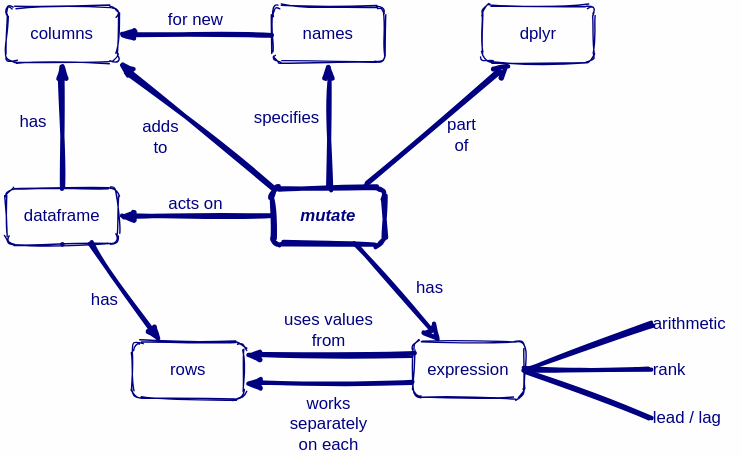
The draw.io diagram en/mutate.svg in rstudio/concept-maps, before a commit. Source tidied: cells renumbered, new cells last; positions are measured from the earlier drawing's top-left corner, leaving out a move shared by most shapes.
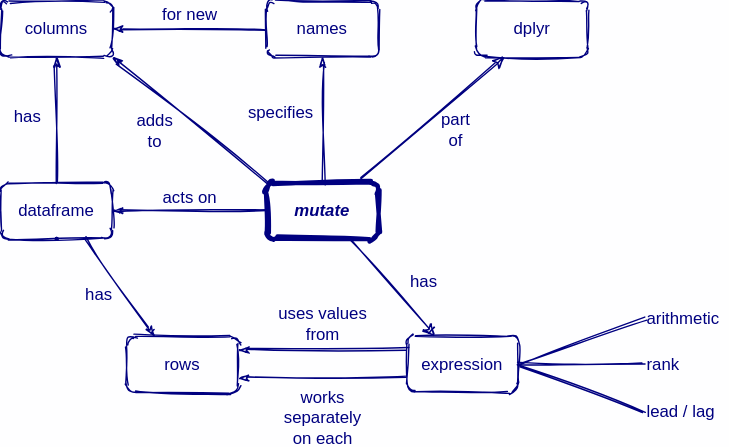
After the commit.

What changed in the source:
```diff
@@ -2,16 +2,16 @@
   <root>
     <mxCell id="0" />
     <mxCell id="1" parent="0" />
-    <mxCell id="2" value="acts on" style="edgeStyle=none;rounded=1;html=1;labelBackgroundColor=none;startArrow=none;startFill=0;startSize=5;endArrow=classicThin;endFill=1;endSize=5;jettySize=auto;strokeWidth=3;fontFamily=Helvetica;fontSize=12;exitX=0;exitY=0.5;exitDx=0;exitDy=0;entryX=1;entryY=0.5;entryDx=0;entryDy=0;verticalAlign=bottom;sketch=1;strokeColor=#000080;fontColor=#000080;" parent="1" edge="1" source="24" target="6">
+    <mxCell id="2" value="acts on" style="edgeStyle=none;rounded=1;html=1;labelBackgroundColor=none;startArrow=none;startFill=0;startSize=5;endArrow=classicThin;endFill=1;endSize=5;jettySize=auto;strokeWidth=1;fontFamily=Helvetica;fontSize=12;exitX=0;exitY=0.5;exitDx=0;exitDy=0;entryX=1;entryY=0.5;entryDx=0;entryDy=0;verticalAlign=bottom;sketch=1;strokeColor=#000080;fontColor=#000080;" parent="1" edge="1" source="24" target="6">
       <mxGeometry relative="1" as="geometry" />
     </mxCell>
-    <mxCell id="3" value="has" style="edgeStyle=none;rounded=1;html=1;labelBackgroundColor=none;startArrow=none;startFill=0;startSize=5;endArrow=classicThin;endFill=1;endSize=5;jettySize=auto;strokeWidth=3;fontFamily=Helvetica;fontSize=12;exitX=0.75;exitY=1;exitDx=0;exitDy=0;entryX=0.25;entryY=0;entryDx=0;entryDy=0;verticalAlign=middle;sketch=1;strokeColor=#000080;fontColor=#000080;" parent="1" edge="1" source="6" target="8">
+    <mxCell id="3" value="has" style="edgeStyle=none;rounded=1;html=1;labelBackgroundColor=none;startArrow=none;startFill=0;startSize=5;endArrow=classicThin;endFill=1;endSize=5;jettySize=auto;strokeWidth=1;fontFamily=Helvetica;fontSize=12;exitX=0.75;exitY=1;exitDx=0;exitDy=0;entryX=0.25;entryY=0;entryDx=0;entryDy=0;verticalAlign=middle;sketch=1;strokeColor=#000080;fontColor=#000080;" parent="1" edge="1" source="6" target="8">
       <mxGeometry x="-0.11" y="-15" relative="1" as="geometry" />
     </mxCell>
-    <mxCell id="4" value="uses values&lt;br&gt;from" style="edgeStyle=none;rounded=1;html=1;labelBackgroundColor=none;startArrow=none;startFill=0;startSize=5;endArrow=classicThin;endFill=1;endSize=5;jettySize=auto;strokeWidth=3;fontFamily=Helvetica;fontSize=12;exitX=0;exitY=0.25;exitDx=0;exitDy=0;entryX=1;entryY=0.25;entryDx=0;entryDy=0;verticalAlign=middle;sketch=1;strokeColor=#000080;fontColor=#000080;" parent="1" edge="1" source="19" target="8">
+    <mxCell id="4" value="uses values&lt;br&gt;from" style="edgeStyle=none;rounded=1;html=1;labelBackgroundColor=none;startArrow=none;startFill=0;startSize=5;endArrow=classicThin;endFill=1;endSize=5;jettySize=auto;strokeWidth=1;fontFamily=Helvetica;fontSize=12;exitX=0;exitY=0.25;exitDx=0;exitDy=0;entryX=1;entryY=0.25;entryDx=0;entryDy=0;verticalAlign=middle;sketch=1;strokeColor=#000080;fontColor=#000080;" parent="1" edge="1" source="19" target="8">
       <mxGeometry y="-19" relative="1" as="geometry" />
     </mxCell>
-    <mxCell id="5" value="has" style="edgeStyle=none;rounded=1;html=1;labelBackgroundColor=none;startArrow=none;startFill=0;startSize=5;endArrow=classicThin;endFill=1;endSize=5;jettySize=auto;strokeWidth=3;fontFamily=Helvetica;fontSize=12;exitX=0.5;exitY=0;exitDx=0;exitDy=0;entryX=0.5;entryY=1;entryDx=0;entryDy=0;verticalAlign=middle;sketch=1;strokeColor=#000080;fontColor=#000080;" parent="1" edge="1" source="6" target="9">
+    <mxCell id="5" value="has" style="edgeStyle=none;rounded=1;html=1;labelBackgroundColor=none;startArrow=none;startFill=0;startSize=5;endArrow=classicThin;endFill=1;endSize=5;jettySize=auto;strokeWidth=1;fontFamily=Helvetica;fontSize=12;exitX=0.5;exitY=0;exitDx=0;exitDy=0;entryX=0.5;entryY=1;entryDx=0;entryDy=0;verticalAlign=middle;sketch=1;strokeColor=#000080;fontColor=#000080;" parent="1" edge="1" source="6" target="9">
       <mxGeometry x="0.05" y="21" relative="1" as="geometry" />
     </mxCell>
     <mxCell id="6" value="dataframe" style="rounded=1;whiteSpace=wrap;html=1;fontSize=12;fontFamily=Helvetica;fillColor=none;sketch=1;labelBackgroundColor=none;strokeColor=#000080;fontColor=#000080;" parent="1" vertex="1">
@@ -26,7 +26,7 @@
     <mxCell id="9" value="columns" style="rounded=1;whiteSpace=wrap;html=1;fontSize=12;fontFamily=Helvetica;fillColor=none;sketch=1;labelBackgroundColor=none;strokeColor=#000080;fontColor=#000080;" parent="1" vertex="1">
       <mxGeometry width="80" height="40" as="geometry" />
     </mxCell>
-    <mxCell id="10" value="has" style="endArrow=classic;html=1;strokeWidth=3;entryX=0.25;entryY=0;entryDx=0;entryDy=0;exitX=0.75;exitY=1;exitDx=0;exitDy=0;verticalAlign=middle;fontSize=12;labelBackgroundColor=none;fontFamily=Helvetica;align=left;sketch=1;strokeColor=#000080;fontColor=#000080;" parent="1" edge="1" source="24" target="19">
+    <mxCell id="10" value="has" style="endArrow=classic;html=1;strokeWidth=1;entryX=0.25;entryY=0;entryDx=0;entryDy=0;exitX=0.75;exitY=1;exitDx=0;exitDy=0;verticalAlign=middle;fontSize=12;labelBackgroundColor=none;fontFamily=Helvetica;align=left;sketch=1;strokeColor=#000080;fontColor=#000080;" parent="1" edge="1" source="24" target="19">
       <mxGeometry x="0.08" y="10" relative="1" as="geometry">
         <mxPoint x="1" as="offset" />
       </mxGeometry>
@@ -34,7 +34,7 @@
     <mxCell id="11" value="dplyr" style="rounded=1;whiteSpace=wrap;html=1;fontSize=12;fontFamily=Helvetica;fillColor=none;sketch=1;labelBackgroundColor=none;strokeColor=#000080;fontColor=#000080;" parent="1" vertex="1">
       <mxGeometry x="340" width="80" height="40" as="geometry" />
     </mxCell>
-    <mxCell id="12" value="part&lt;br style=&quot;font-size: 12px;&quot;&gt;of" style="endArrow=classic;html=1;strokeWidth=3;entryX=0.25;entryY=1;entryDx=0;entryDy=0;exitX=0.838;exitY=-0.05;exitDx=0;exitDy=0;verticalAlign=middle;fontSize=12;labelBackgroundColor=none;exitPerimeter=0;fontFamily=Helvetica;sketch=1;strokeColor=#000080;fontColor=#000080;" parent="1" edge="1" source="24" target="11">
+    <mxCell id="12" value="part&lt;br style=&quot;font-size: 12px;&quot;&gt;of" style="endArrow=classic;html=1;strokeWidth=1;entryX=0.25;entryY=1;entryDx=0;entryDy=0;exitX=0.838;exitY=-0.05;exitDx=0;exitDy=0;verticalAlign=middle;fontSize=12;labelBackgroundColor=none;exitPerimeter=0;fontFamily=Helvetica;sketch=1;strokeColor=#000080;fontColor=#000080;" parent="1" edge="1" source="24" target="11">
       <mxGeometry x="0.1" y="-17" relative="1" as="geometry" />
     </mxCell>
     <mxCell id="13" value="arithmetic" style="text;html=1;fillColor=none;align=left;verticalAlign=middle;whiteSpace=wrap;rounded=0;fontSize=12;fontFamily=Helvetica;sketch=1;labelBackgroundColor=none;fontColor=#000080;" parent="1" vertex="1">
@@ -46,34 +46,34 @@
     <mxCell id="15" value="lead / lag" style="text;html=1;fillColor=none;align=left;verticalAlign=middle;whiteSpace=wrap;rounded=0;fontSize=12;fontFamily=Helvetica;sketch=1;labelBackgroundColor=none;fontColor=#000080;" parent="1" vertex="1">
       <mxGeometry x="460" y="283.5" width="60" height="20" as="geometry" />
     </mxCell>
-    <mxCell id="16" style="endArrow=none;html=1;labelBackgroundColor=none;strokeWidth=3;fontSize=12;exitX=1;exitY=0.5;exitDx=0;exitDy=0;entryX=0;entryY=0.5;entryDx=0;entryDy=0;fontFamily=Helvetica;sketch=1;strokeColor=#000080;fontColor=#000080;" parent="1" edge="1" source="19" target="13">
+    <mxCell id="16" style="endArrow=none;html=1;labelBackgroundColor=none;strokeWidth=1;fontSize=12;exitX=1;exitY=0.5;exitDx=0;exitDy=0;entryX=0;entryY=0.5;entryDx=0;entryDy=0;fontFamily=Helvetica;sketch=1;strokeColor=#000080;fontColor=#000080;" parent="1" edge="1" source="19" target="13">
       <mxGeometry relative="1" as="geometry" />
     </mxCell>
-    <mxCell id="17" style="endArrow=none;html=1;labelBackgroundColor=none;strokeWidth=3;fontSize=12;entryX=0;entryY=0.5;entryDx=0;entryDy=0;exitX=1;exitY=0.5;exitDx=0;exitDy=0;fontFamily=Helvetica;sketch=1;strokeColor=#000080;fontColor=#000080;" parent="1" edge="1" source="19" target="14">
+    <mxCell id="17" style="endArrow=none;html=1;labelBackgroundColor=none;strokeWidth=1;fontSize=12;entryX=0;entryY=0.5;entryDx=0;entryDy=0;exitX=1;exitY=0.5;exitDx=0;exitDy=0;fontFamily=Helvetica;sketch=1;strokeColor=#000080;fontColor=#000080;" parent="1" edge="1" source="19" target="14">
       <mxGeometry relative="1" as="geometry" />
     </mxCell>
-    <mxCell id="18" style="endArrow=none;html=1;labelBackgroundColor=none;strokeWidth=3;fontSize=12;entryX=0;entryY=0.5;entryDx=0;entryDy=0;fontFamily=Helvetica;exitX=1;exitY=0.5;exitDx=0;exitDy=0;sketch=1;strokeColor=#000080;fontColor=#000080;" parent="1" edge="1" source="19" target="15">
+    <mxCell id="18" style="endArrow=none;html=1;labelBackgroundColor=none;strokeWidth=1;fontSize=12;entryX=0;entryY=0.5;entryDx=0;entryDy=0;fontFamily=Helvetica;exitX=1;exitY=0.5;exitDx=0;exitDy=0;sketch=1;strokeColor=#000080;fontColor=#000080;" parent="1" edge="1" source="19" target="15">
       <mxGeometry relative="1" as="geometry" />
     </mxCell>
     <mxCell id="19" value="expression" style="rounded=1;whiteSpace=wrap;html=1;fontSize=12;fontFamily=Helvetica;fillColor=none;sketch=1;labelBackgroundColor=none;strokeColor=#000080;fontColor=#000080;" parent="1" vertex="1">
       <mxGeometry x="290" y="239.5" width="80" height="40" as="geometry" />
     </mxCell>
-    <mxCell id="20" value="works&lt;br&gt;separately&lt;br&gt;on each" style="edgeStyle=none;rounded=1;html=1;labelBackgroundColor=none;startArrow=none;startFill=0;startSize=5;endArrow=classicThin;endFill=1;endSize=5;jettySize=auto;strokeWidth=3;fontFamily=Helvetica;fontSize=12;exitX=0;exitY=0.75;exitDx=0;exitDy=0;entryX=1;entryY=0.75;entryDx=0;entryDy=0;verticalAlign=top;sketch=1;strokeColor=#000080;fontColor=#000080;" parent="1" edge="1" source="19" target="8">
+    <mxCell id="20" value="works&lt;br&gt;separately&lt;br&gt;on each" style="edgeStyle=none;rounded=1;html=1;labelBackgroundColor=none;startArrow=none;startFill=0;startSize=5;endArrow=classicThin;endFill=1;endSize=5;jettySize=auto;strokeWidth=1;fontFamily=Helvetica;fontSize=12;exitX=0;exitY=0.75;exitDx=0;exitDy=0;entryX=1;entryY=0.75;entryDx=0;entryDy=0;verticalAlign=top;sketch=1;strokeColor=#000080;fontColor=#000080;" parent="1" edge="1" source="19" target="8">
       <mxGeometry relative="1" as="geometry" />
     </mxCell>
     <mxCell id="21" value="names" style="rounded=1;whiteSpace=wrap;html=1;fontSize=12;fontFamily=Helvetica;fillColor=none;sketch=1;labelBackgroundColor=none;strokeColor=#000080;fontColor=#000080;" parent="1" vertex="1">
       <mxGeometry x="190" width="80" height="40" as="geometry" />
     </mxCell>
-    <mxCell id="22" value="specifies" style="edgeStyle=none;rounded=1;html=1;labelBackgroundColor=none;startArrow=none;startFill=0;startSize=5;endArrow=classicThin;endFill=1;endSize=5;jettySize=auto;strokeWidth=3;fontFamily=Helvetica;fontSize=12;exitX=0.5;exitY=0;exitDx=0;exitDy=0;entryX=0.5;entryY=1;entryDx=0;entryDy=0;verticalAlign=middle;sketch=1;strokeColor=#000080;fontColor=#000080;" parent="1" edge="1" source="24" target="21">
+    <mxCell id="22" value="specifies" style="edgeStyle=none;rounded=1;html=1;labelBackgroundColor=none;startArrow=none;startFill=0;startSize=5;endArrow=classicThin;endFill=1;endSize=5;jettySize=auto;strokeWidth=1;fontFamily=Helvetica;fontSize=12;exitX=0.5;exitY=0;exitDx=0;exitDy=0;entryX=0.5;entryY=1;entryDx=0;entryDy=0;verticalAlign=middle;sketch=1;strokeColor=#000080;fontColor=#000080;" parent="1" edge="1" source="24" target="21">
       <mxGeometry x="0.11" y="30" relative="1" as="geometry" />
     </mxCell>
-    <mxCell id="23" value="for new" style="edgeStyle=none;rounded=1;html=1;labelBackgroundColor=none;startArrow=none;startFill=0;startSize=5;endArrow=classicThin;endFill=1;endSize=5;jettySize=auto;strokeWidth=3;fontFamily=Helvetica;fontSize=12;exitX=0;exitY=0.5;exitDx=0;exitDy=0;entryX=1;entryY=0.5;entryDx=0;entryDy=0;verticalAlign=middle;sketch=1;strokeColor=#000080;fontColor=#000080;" parent="1" edge="1" source="21" target="9">
+    <mxCell id="23" value="for new" style="edgeStyle=none;rounded=1;html=1;labelBackgroundColor=none;startArrow=none;startFill=0;startSize=5;endArrow=classicThin;endFill=1;endSize=5;jettySize=auto;strokeWidth=1;fontFamily=Helvetica;fontSize=12;exitX=0;exitY=0.5;exitDx=0;exitDy=0;entryX=1;entryY=0.5;entryDx=0;entryDy=0;verticalAlign=middle;sketch=1;strokeColor=#000080;fontColor=#000080;" parent="1" edge="1" source="21" target="9">
       <mxGeometry y="-10" relative="1" as="geometry" />
     </mxCell>
     <mxCell id="24" value="&lt;b style=&quot;font-size: 12px&quot;&gt;&lt;i style=&quot;font-size: 12px&quot;&gt;mutate&lt;/i&gt;&lt;/b&gt;" style="rounded=1;whiteSpace=wrap;html=1;strokeWidth=3;fontSize=12;fontFamily=Helvetica;fillColor=none;sketch=1;labelBackgroundColor=none;strokeColor=#000080;fontColor=#000080;" parent="1" vertex="1">
       <mxGeometry x="190" y="130" width="80" height="40" as="geometry" />
     </mxCell>
-    <mxCell id="25" value="adds&lt;br&gt;to" style="edgeStyle=none;rounded=1;html=1;labelBackgroundColor=none;startArrow=none;startFill=0;startSize=5;endArrow=classicThin;endFill=1;endSize=5;jettySize=auto;strokeWidth=3;fontFamily=Helvetica;fontSize=12;exitX=0;exitY=0;exitDx=0;exitDy=0;entryX=1;entryY=1;entryDx=0;entryDy=0;verticalAlign=bottom;sketch=1;strokeColor=#000080;fontColor=#000080;" parent="1" edge="1" source="24" target="9">
+    <mxCell id="25" value="adds&lt;br&gt;to" style="edgeStyle=none;rounded=1;html=1;labelBackgroundColor=none;startArrow=none;startFill=0;startSize=5;endArrow=classicThin;endFill=1;endSize=5;jettySize=auto;strokeWidth=1;fontFamily=Helvetica;fontSize=12;exitX=0;exitY=0;exitDx=0;exitDy=0;entryX=1;entryY=1;entryDx=0;entryDy=0;verticalAlign=bottom;sketch=1;strokeColor=#000080;fontColor=#000080;" parent="1" edge="1" source="24" target="9">
       <mxGeometry x="0.05" y="35" relative="1" as="geometry" />
     </mxCell>
   </root>
```
